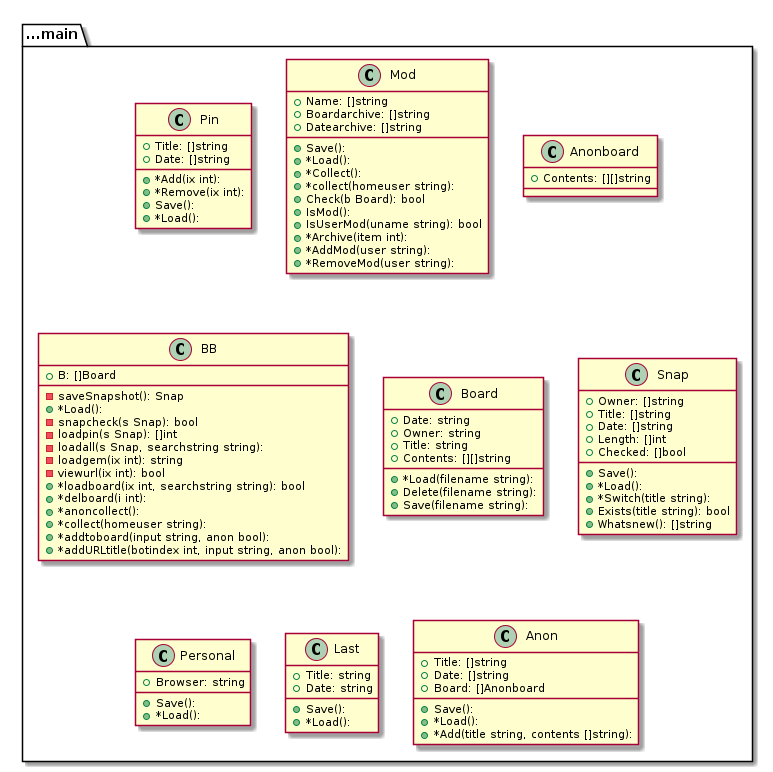
Above: graph.png in tbal999/bb (PlantUML), before the change.
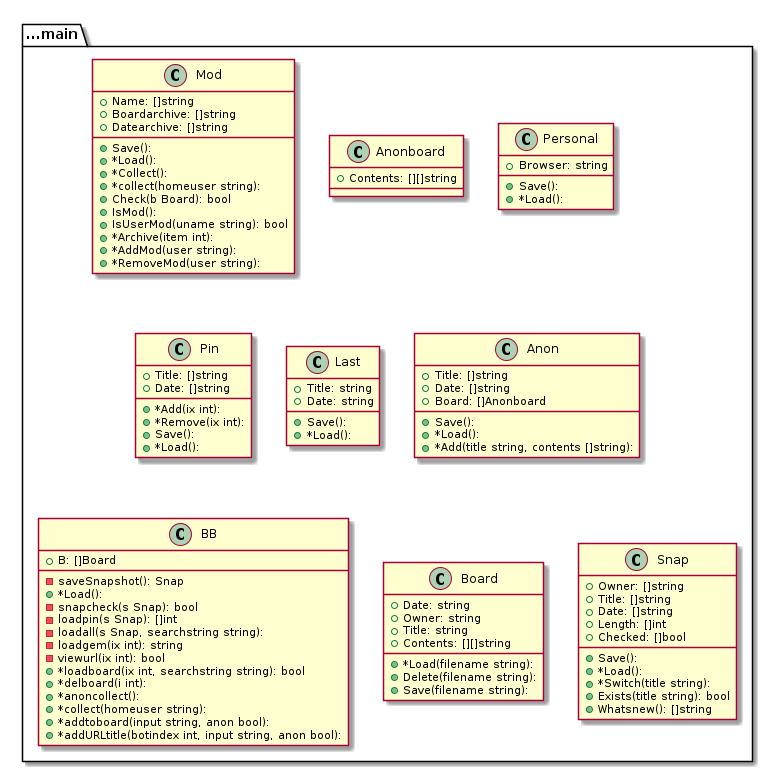
Above is the later version.

What changed in the source:
```diff
@@ -1,14 +1,4 @@
 @startuml
-package ...main{
-class Pin {
-+Title: []string
-+Date: []string
-+*Add(ix int):
-+*Remove(ix int):
-+Save():
-+*Load():
-}
-}
 package ...main{
 class Mod {
 +Name: []string
@@ -30,6 +20,41 @@
 class Anonboard {
 +Contents: [][]string
 
+}
+}
+package ...main{
+class Personal {
++Browser: string
++Save():
++*Load():
+}
+}
+package ...main{
+class Pin {
++Title: []string
++Date: []string
++*Add(ix int):
++*Remove(ix int):
++Save():
++*Load():
+}
+}
+package ...main{
+class Last {
++Title: string
++Date: string
++Save():
++*Load():
+}
+}
+package ...main{
+class Anon {
++Title: []string
++Date: []string
++Board: []Anonboard
++Save():
++*Load():
++*Add(title string, contents []string):
 }
 }
 package ...main{
@@ -75,30 +100,5 @@
 +Whatsnew(): []string
 }
 }
-package ...main{
-class Personal {
-+Browser: string
-+Save():
-+*Load():
-}
-}
-package ...main{
-class Last {
-+Title: string
-+Date: string
-+Save():
-+*Load():
-}
-}
-package ...main{
-class Anon {
-+Title: []string
-+Date: []string
-+Board: []Anonboard
-+Save():
-+*Load():
-+*Add(title string, contents []string):
-}
-}
 
 @enduml
```
